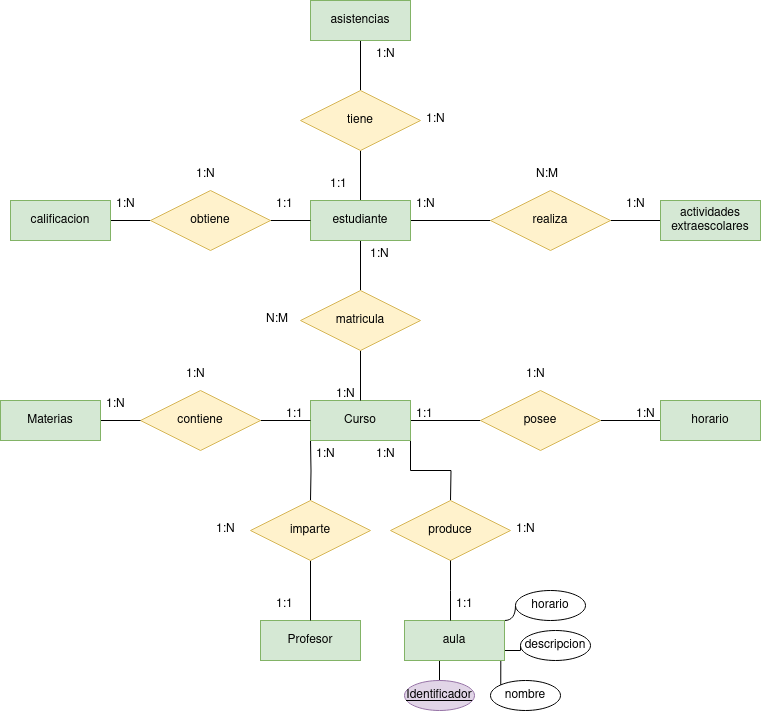
Before: Unidad-1/Tareas/Tarea-8/tarea8.drawio.png, a diagram exported from draw.io (jdrguez/2-Daw). Source tidied: cells renumbered, new cells last; positions are measured from the earlier drawing's top-left corner, leaving out a move shared by most shapes.
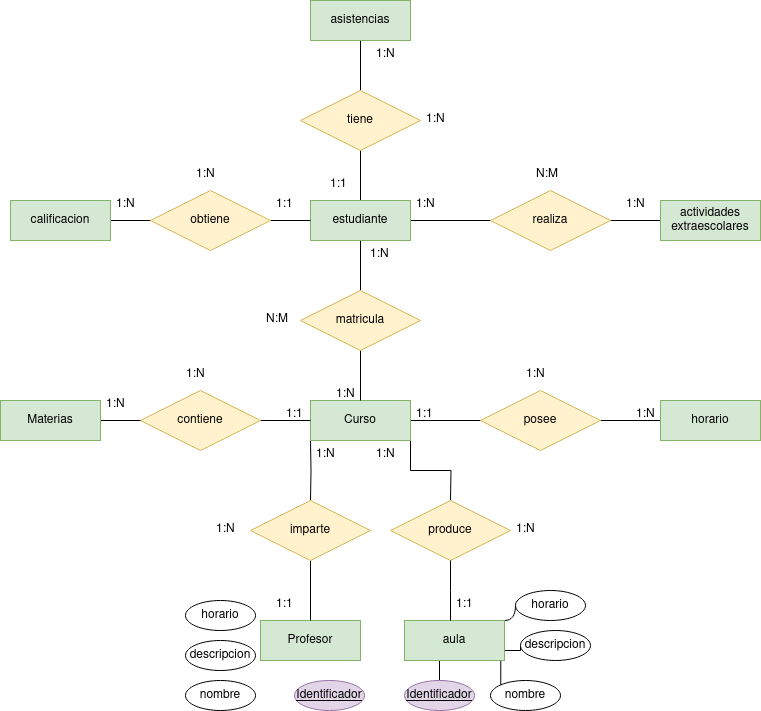
After the commit.

What changed in the source:
```diff
@@ -203,5 +203,17 @@
     <mxCell id="66" value="horario" style="ellipse;whiteSpace=wrap;html=1;align=center;" parent="1" vertex="1">
       <mxGeometry x="515" y="590" width="70" height="30" as="geometry" />
     </mxCell>
+    <mxCell id="67" value="&lt;u&gt;Identificador&lt;/u&gt;" style="ellipse;whiteSpace=wrap;html=1;align=center;fillColor=#e1d5e7;strokeColor=#9673a6;" parent="1" vertex="1">
+      <mxGeometry x="294" y="680" width="70" height="30" as="geometry" />
+    </mxCell>
+    <mxCell id="68" value="nombre" style="ellipse;whiteSpace=wrap;html=1;align=center;" parent="1" vertex="1">
+      <mxGeometry x="185" y="680" width="70" height="30" as="geometry" />
+    </mxCell>
+    <mxCell id="69" value="descripcion" style="ellipse;whiteSpace=wrap;html=1;align=center;" parent="1" vertex="1">
+      <mxGeometry x="185" y="640" width="70" height="30" as="geometry" />
+    </mxCell>
+    <mxCell id="70" value="horario" style="ellipse;whiteSpace=wrap;html=1;align=center;" parent="1" vertex="1">
+      <mxGeometry x="185" y="600" width="70" height="30" as="geometry" />
+    </mxCell>
   </root>
 </mxGraphModel>
```
